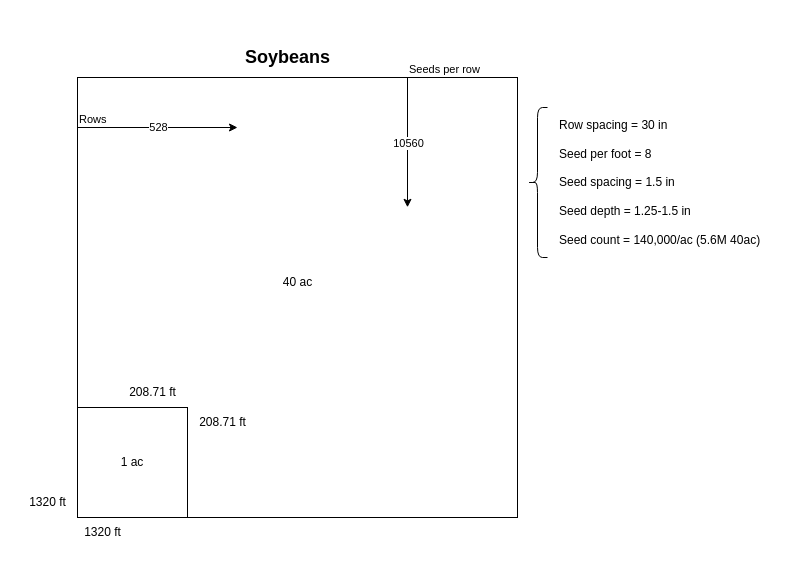
Above: images/farming.drawio in bpayt2/temp (draw.io), before the change. Source tidied: cells renumbered, new cells numbered last; positions are measured from the earlier drawing's top-left corner, leaving out a move shared by most shapes. Both pictures are drawn from the tidied source at 100%, with x=0, y=0 at pixel (17, 37).
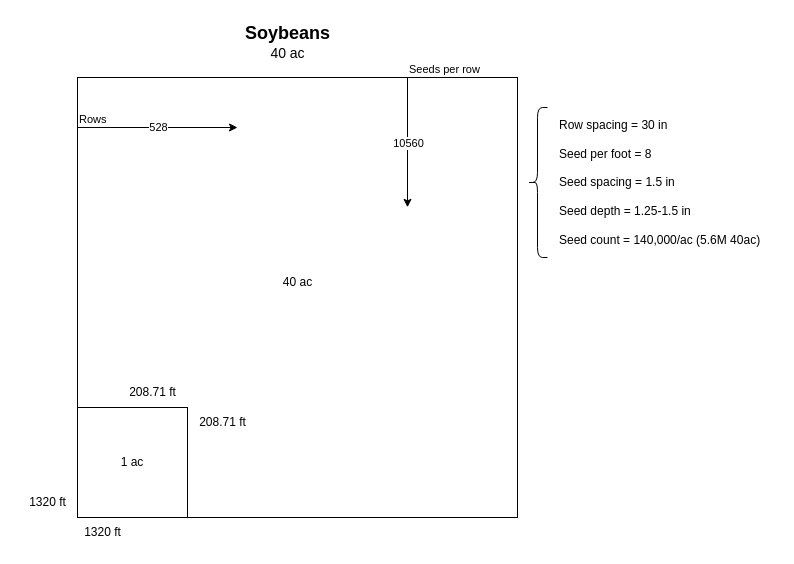
After the change.

Diff of the diagram source:
```diff
@@
 <mxGraphModel>
   <root>
     <mxCell id="0" />
     <mxCell id="1" parent="0" />
     <mxCell id="2" style="rounded=0;whiteSpace=wrap;html=1;" parent="1" vertex="1">
       <mxGeometry x="60" y="40" width="440" height="440" as="geometry" />
     </mxCell>
     <mxCell id="3" style="shape=curlyBracket;whiteSpace=wrap;html=1;rounded=1;labelPosition=left;verticalLabelPosition=middle;align=right;verticalAlign=middle;" parent="1" vertex="1">
       <mxGeometry x="510" y="70" width="20" height="150" as="geometry" />
     </mxCell>
     <mxCell id="4" value="Row spacing = 30 in&lt;br&gt;&lt;br&gt;Seed per foot = 8&lt;br&gt;&lt;br&gt;Seed spacing = 1.5 in&lt;br&gt;&lt;br&gt;Seed depth = 1.25-1.5 in&lt;br&gt;&lt;br&gt;Seed count = 140,000/ac (5.6M 40ac)" style="text;html=1;align=left;verticalAlign=middle;strokeColor=none;fillColor=none;" parent="1" vertex="1">
       <mxGeometry x="540" y="75" width="220" height="140" as="geometry" />
     </mxCell>
     <mxCell id="5" value="1320 ft" style="text;html=1;align=center;verticalAlign=middle;strokeColor=none;fillColor=none;" parent="1" vertex="1">
       <mxGeometry x="55" y="480" width="60" height="30" as="geometry" />
     </mxCell>
     <mxCell id="6" value="1320 ft" style="text;html=1;align=center;verticalAlign=middle;strokeColor=none;fillColor=none;" parent="1" vertex="1">
       <mxGeometry y="450" width="60" height="30" as="geometry" />
     </mxCell>
     <mxCell id="7" value="1 ac" style="whiteSpace=wrap;html=1;" parent="1" vertex="1">
       <mxGeometry x="60" y="370" width="110" height="110" as="geometry" />
     </mxCell>
     <mxCell id="8" value="208.71 ft" style="text;html=1;align=center;verticalAlign=middle;strokeColor=none;fillColor=none;" parent="1" vertex="1">
       <mxGeometry x="100" y="340" width="70" height="30" as="geometry" />
     </mxCell>
     <mxCell id="9" value="208.71 ft" style="text;html=1;align=center;verticalAlign=middle;strokeColor=none;fillColor=none;" parent="1" vertex="1">
       <mxGeometry x="170" y="370" width="70" height="30" as="geometry" />
     </mxCell>
     <mxCell id="10" value="40 ac" style="text;html=1;align=center;verticalAlign=middle;strokeColor=none;fillColor=none;" parent="1" vertex="1">
       <mxGeometry x="255" y="230" width="50" height="30" as="geometry" />
     </mxCell>
-    <mxCell id="11" value="&lt;b&gt;&lt;font style=&quot;font-size: 18px;&quot;&gt;Soybeans&lt;/font&gt;&lt;/b&gt;" style="text;html=1;align=center;verticalAlign=middle;strokeColor=none;fillColor=none;" parent="1" vertex="1">
-      <mxGeometry x="215" width="110" height="40" as="geometry" />
+    <mxCell id="11" value="&lt;font style=&quot;&quot;&gt;&lt;b style=&quot;font-size: 18px;&quot;&gt;Soybeans&lt;/b&gt;&lt;br&gt;&lt;font style=&quot;font-size: 14px;&quot;&gt;40 ac&lt;/font&gt;&lt;br&gt;&lt;/font&gt;" style="text;html=1;align=center;verticalAlign=middle;strokeColor=none;fillColor=none;" parent="1" vertex="1">
+      <mxGeometry x="215" y="-20" width="110" height="50" as="geometry" />
     </mxCell>
     <mxCell id="12" style="endArrow=classic;html=1;rounded=0;" parent="1" edge="1">
       <mxGeometry relative="1" as="geometry">
         <mxPoint x="60" y="90" as="sourcePoint" />
         <mxPoint x="220" y="90" as="targetPoint" />
       </mxGeometry>
     </mxCell>
     <mxCell id="13" value="528" style="edgeLabel;html=1;align=center;verticalAlign=middle;fontStyle=0;fontSize=11;" parent="12" vertex="1">
       <mxGeometry relative="1" as="geometry">
         <mxPoint y="-1" as="offset" />
       </mxGeometry>
     </mxCell>
     <mxCell id="14" value="Rows&amp;nbsp;" style="edgeLabel;html=1;align=left;verticalAlign=bottom;" parent="12" vertex="1">
       <mxGeometry x="-1" relative="1" as="geometry" />
     </mxCell>
     <mxCell id="15" style="endArrow=classic;html=1;rounded=0;exitX=0.75;exitY=0;exitDx=0;exitDy=0;entryX=0.75;entryY=0.295;entryDx=0;entryDy=0;entryPerimeter=0;" parent="1" edge="1" source="2" target="2">
       <mxGeometry relative="1" as="geometry" />
     </mxCell>
     <mxCell id="16" value="10560" style="edgeLabel;html=1;align=center;verticalAlign=middle;" parent="15" vertex="1">
       <mxGeometry relative="1" as="geometry" />
     </mxCell>
     <mxCell id="17" value="Seeds per row" style="edgeLabel;html=1;align=left;verticalAlign=bottom;" parent="15" vertex="1">
       <mxGeometry x="-1" relative="1" as="geometry" />
     </mxCell>
   </root>
 </mxGraphModel>
```
